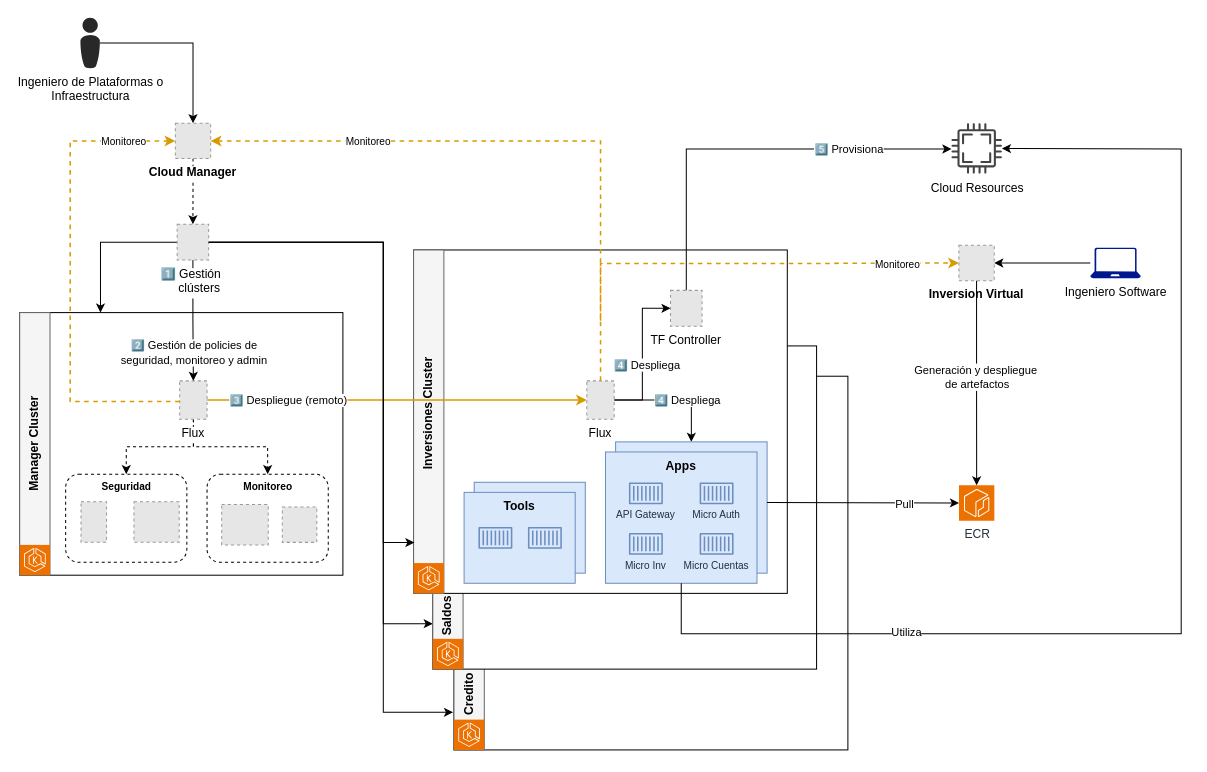
lima-demos-days/CloudManager keeps this draw.io diagram as page "Arq-Soluciones-GitOps" (3 of 3) of assets/esquemas.drawio. Above is the earlier version. Source tidied: cells renumbered, new cells numbered last; positions are measured from the earlier drawing's top-left corner, leaving out a move shared by most shapes. Both pictures are drawn from the tidied source at 101%, with x=0, y=0 at pixel (-47, 17). Pictures stored in the file or linked from it are replaced by grey dashed boxes.
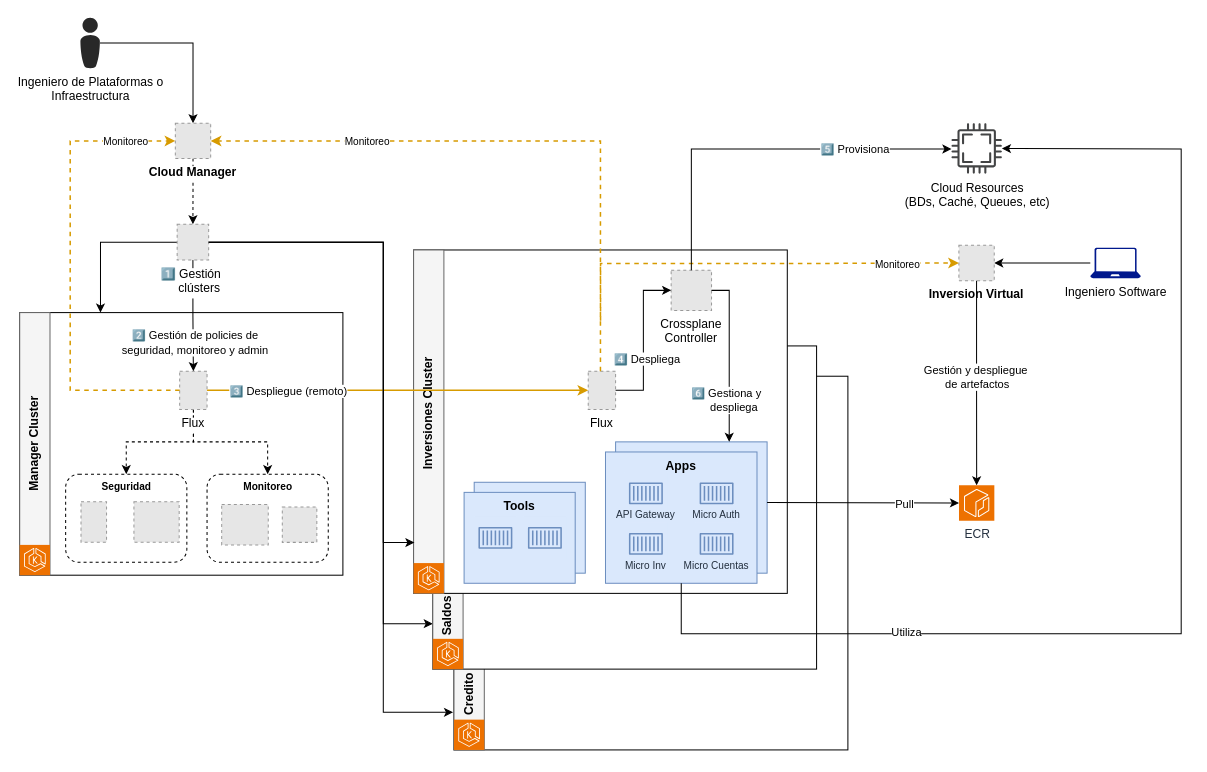
The same page after the edit.

The change refers to these unchanged cells:
```xml
<mxCell id="2" style="group;" parent="1" vertex="1">
  <mxGeometry x="66" y="292" width="320" height="260" as="geometry" />
</mxCell>
<mxCell id="21" style="edgeStyle=orthogonalEdgeStyle;rounded=0;jettySize=auto;html=1;entryX=0.5;entryY=0;entryDx=0;entryDy=0;" parent="1" edge="1" source="24" target="8">
  <mxGeometry relative="1" as="geometry" />
</mxCell>
<mxCell id="25" style="group;" parent="1" vertex="1">
  <mxGeometry x="456" y="320" width="430" height="405" as="geometry" />
</mxCell>
<mxCell id="46" style="rounded=0;whiteSpace=wrap;html=1;verticalAlign=top;fontStyle=1;fillColor=#dae8fc;strokeColor=#6c8ebf;" parent="45" vertex="1">
  <mxGeometry x="10" width="150" height="130" as="geometry" />
</mxCell>
<mxCell id="68" value="Cloud Manager" style="fillColor=#E6E6E6;strokeColor=#999999;dashed=1;verticalLabelPosition=bottom;labelBackgroundColor=default;verticalAlign=top;fontStyle=1;" parent="1" vertex="1">
  <mxGeometry x="220.1" y="104.5" width="35" height="35" as="geometry" />
</mxCell>
<mxCell id="88" style="edgeStyle=orthogonalEdgeStyle;rounded=0;jettySize=auto;html=1;entryX=0.5;entryY=0;entryDx=0;entryDy=0;entryPerimeter=0;" parent="1" edge="1" source="77" target="82">
  <mxGeometry relative="1" as="geometry" />
</mxCell>
```

The edit, as a diff of the source:
```diff
@@
     <mxCell id="8" value="Flux" style="fillColor=#E6E6E6;strokeColor=#999999;dashed=1;verticalLabelPosition=bottom;labelBackgroundColor=default;verticalAlign=top;" parent="2" vertex="1">
-      <mxGeometry x="158.4" y="67.6" width="27.1" height="38" as="geometry" />
+      <mxGeometry x="158.4" y="58" width="27.1" height="38" as="geometry" />
     </mxCell>
@@
     <mxCell id="22" value="&amp;nbsp;2️⃣ Gestión de policies de&lt;div&gt;&amp;nbsp;seguridad, monitoreo y admin&lt;/div&gt;" style="edgeLabel;html=1;align=center;verticalAlign=middle;" parent="21" vertex="1">
       <mxGeometry x="0.64" y="-1" relative="1" as="geometry">
-        <mxPoint y="-6" as="offset" />
+        <mxPoint x="1" y="-9" as="offset" />
       </mxGeometry>
     </mxCell>
@@
-    <mxCell id="39" style="edgeStyle=orthogonalEdgeStyle;rounded=0;jettySize=auto;html=1;entryX=0.5;entryY=0;entryDx=0;entryDy=0;" parent="25" edge="1" source="43" target="46">
-      <mxGeometry relative="1" as="geometry" />
-    </mxCell>
-    <mxCell id="40" value="4️⃣ Despliega" style="edgeLabel;html=1;align=center;verticalAlign=middle;" parent="39" vertex="1">
-      <mxGeometry x="-0.22" relative="1" as="geometry">
-        <mxPoint x="26" as="offset" />
-      </mxGeometry>
-    </mxCell>
-    <mxCell id="41" style="edgeStyle=orthogonalEdgeStyle;rounded=0;jettySize=auto;html=1;entryX=0;entryY=0.5;entryDx=0;entryDy=0;" parent="25" edge="1" source="43" target="66">
-      <mxGeometry relative="1" as="geometry" />
-    </mxCell>
-    <mxCell id="42" value="4️⃣ Despliega" style="edgeLabel;html=1;align=center;verticalAlign=middle;" parent="41" vertex="1">
-      <mxGeometry x="-0.12" y="2" relative="1" as="geometry">
-        <mxPoint x="6" y="2" as="offset" />
-      </mxGeometry>
-    </mxCell>
     <mxCell id="43" value="Flux" style="fillColor=#E6E6E6;strokeColor=#999999;dashed=1;verticalLabelPosition=bottom;labelBackgroundColor=default;verticalAlign=top;" parent="25" vertex="1">
-      <mxGeometry x="171.5" y="39.6" width="27.1" height="38" as="geometry" />
+      <mxGeometry x="172.9" y="30" width="27.1" height="38" as="geometry" />
     </mxCell>
@@
-    <mxCell id="66" value="TF Controller" style="fillColor=#E6E6E6;strokeColor=#999999;dashed=1;verticalLabelPosition=bottom;labelBackgroundColor=default;verticalAlign=top;" parent="25" vertex="1">
-      <mxGeometry x="254.4" y="-50" width="31.2" height="35.5" as="geometry" />
-    </mxCell>
+    <mxCell id="92" value="Crossplane&#10;Controller" style="fillColor=#E6E6E6;strokeColor=#999999;dashed=1;verticalLabelPosition=bottom;labelBackgroundColor=default;verticalAlign=top;" parent="25" vertex="1">
+      <mxGeometry x="255" y="-70" width="40" height="40" as="geometry" />
+    </mxCell>
+    <mxCell id="93" style="edgeStyle=orthogonalEdgeStyle;rounded=0;jettySize=auto;html=1;entryX=0.75;entryY=0;entryDx=0;entryDy=0;" parent="25" edge="1" source="92" target="46">
+      <mxGeometry relative="1" as="geometry">
+        <Array as="points">
+          <mxPoint x="313" y="-50" />
+        </Array>
+      </mxGeometry>
+    </mxCell>
+    <mxCell id="94" value="6️⃣ Gestiona y&amp;nbsp;&lt;div&gt;&amp;nbsp; &amp;nbsp; despliega&lt;/div&gt;" style="edgeLabel;html=1;align=center;verticalAlign=middle;" parent="93" vertex="1">
+      <mxGeometry x="0.26" y="-3" relative="1" as="geometry">
+        <mxPoint x="1" y="20" as="offset" />
+      </mxGeometry>
+    </mxCell>
+    <mxCell id="41" style="edgeStyle=orthogonalEdgeStyle;rounded=0;jettySize=auto;html=1;entryX=0;entryY=0.5;entryDx=0;entryDy=0;" parent="25" edge="1" source="43" target="92">
+      <mxGeometry relative="1" as="geometry" />
+    </mxCell>
+    <mxCell id="42" value="4️⃣ Despliega" style="edgeLabel;html=1;align=center;verticalAlign=middle;" parent="41" vertex="1">
+      <mxGeometry x="-0.12" y="2" relative="1" as="geometry">
+        <mxPoint x="5" y="9" as="offset" />
+      </mxGeometry>
+    </mxCell>
@@
     <mxCell id="71" style="edgeStyle=orthogonalEdgeStyle;rounded=0;jettySize=auto;html=1;entryX=0;entryY=0.5;entryDx=0;entryDy=0;fillColor=#ffe6cc;strokeColor=#d79b00;dashed=1;strokeWidth=1.5;" parent="1" edge="1" source="8" target="68">
       <mxGeometry relative="1" as="geometry">
         <Array as="points">
-          <mxPoint x="116" y="380" />
+          <mxPoint x="116" y="369" />
           <mxPoint x="116" y="122" />
         </Array>
       </mxGeometry>
     </mxCell>
@@
-    <mxCell id="85" value="Cloud Resources" style="sketch=0;shadow=0;dashed=0;html=1;strokeColor=none;fillColor=#434445;labelPosition=center;verticalLabelPosition=bottom;verticalAlign=top;align=center;outlineConnect=0;shape=mxgraph.vvd.cpu;" parent="1" vertex="1">
+    <mxCell id="85" value="Cloud Resources&lt;div&gt;(BDs, Caché, Queues, etc)&lt;/div&gt;" style="sketch=0;shadow=0;dashed=0;html=1;strokeColor=none;fillColor=#434445;labelPosition=center;verticalLabelPosition=bottom;verticalAlign=top;align=center;outlineConnect=0;shape=mxgraph.vvd.cpu;" parent="1" vertex="1">
       <mxGeometry x="988.5" y="104.5" width="50" height="50" as="geometry" />
     </mxCell>
-    <mxCell id="86" style="edgeStyle=orthogonalEdgeStyle;rounded=0;jettySize=auto;html=1;" parent="1" edge="1" source="66" target="85">
+    <mxCell id="86" style="edgeStyle=orthogonalEdgeStyle;rounded=0;jettySize=auto;html=1;exitX=0.5;exitY=0;exitDx=0;exitDy=0;" parent="1" edge="1" source="92" target="85">
       <mxGeometry relative="1" as="geometry">
         <Array as="points">
-          <mxPoint x="726" y="130" />
+          <mxPoint x="731" y="130" />
         </Array>
       </mxGeometry>
     </mxCell>
@@
-    <mxCell id="89" value="Generación y despliegue&amp;nbsp;&lt;div&gt;de&amp;nbsp;&lt;span style=&quot;background-color: light-dark(#ffffff, var(--ge-dark-color, #121212)); color: light-dark(rgb(0, 0, 0), rgb(255, 255, 255));&quot;&gt;artefactos&lt;/span&gt;&lt;/div&gt;" style="edgeLabel;html=1;align=center;verticalAlign=middle;" parent="88" vertex="1">
+    <mxCell id="89" value="Gestión y despliegue&amp;nbsp;&lt;div&gt;de&amp;nbsp;&lt;span style=&quot;background-color: light-dark(#ffffff, var(--ge-dark-color, #121212)); color: light-dark(rgb(0, 0, 0), rgb(255, 255, 255));&quot;&gt;artefactos&lt;/span&gt;&lt;/div&gt;" style="edgeLabel;html=1;align=center;verticalAlign=middle;" parent="88" vertex="1">
       <mxGeometry x="0.29" relative="1" as="geometry">
         <mxPoint y="-36" as="offset" />
       </mxGeometry>
     </mxCell>
```
